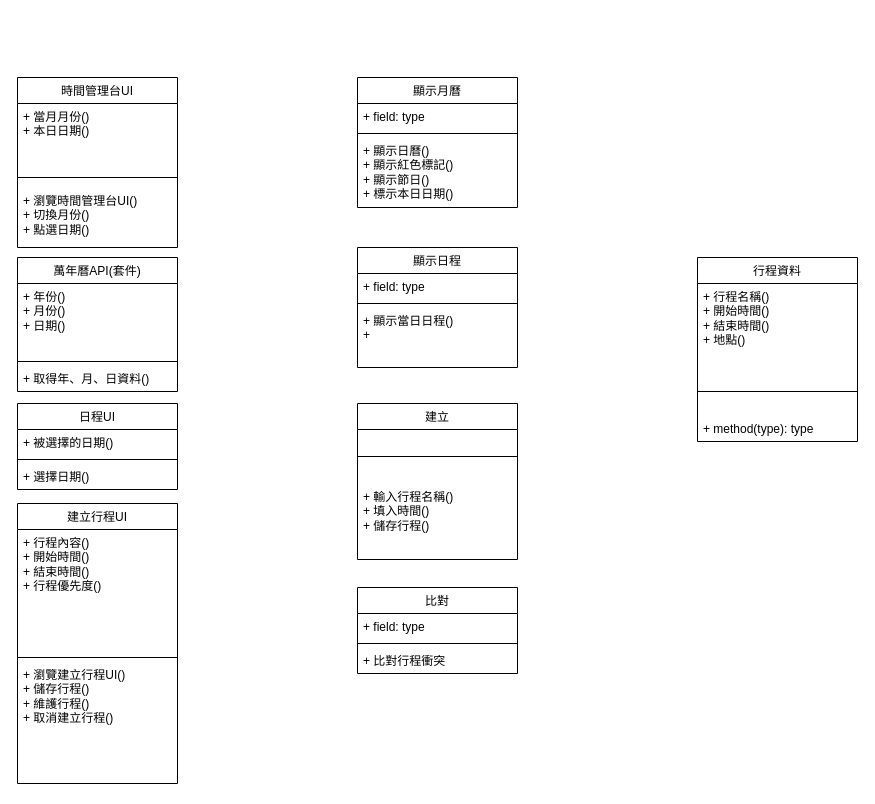
Above: 類別圖.drawio in Kevincheng0804/Graduation-Topic (draw.io), before the change. Source tidied: cells renumbered, new cells numbered last; positions are measured from the earlier drawing's top-left corner, leaving out a move shared by most shapes. Both pictures are drawn from the tidied source at 100%, with x=0, y=0 at pixel (17, 77).
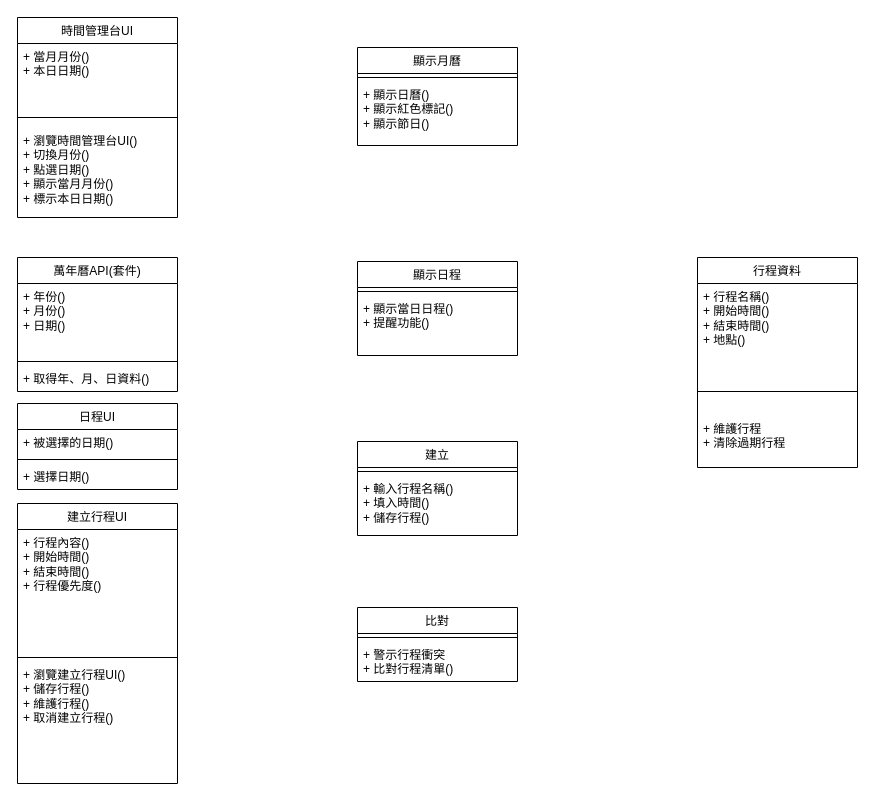
The same diagram, later.

Commit message:
更新類別圖.drawio

Change to the diagram source:
```diff
@@
     <mxCell id="2" value="&lt;span style=&quot;font-weight: 400;&quot;&gt;時間管理台&lt;/span&gt;&lt;span style=&quot;font-weight: 400;&quot;&gt;UI&lt;/span&gt;" style="swimlane;fontStyle=1;align=center;verticalAlign=top;horizontal=1;startSize=26;whiteSpace=wrap;html=1;" parent="1" vertex="1">
-      <mxGeometry width="160" height="170" as="geometry" />
+      <mxGeometry y="-60" width="160" height="200" as="geometry" />
     </mxCell>
-    <mxCell id="3" value="+ 當月月份()&lt;div&gt;+ 本日日期()&lt;/div&gt;&lt;div&gt;&lt;br&gt;&lt;/div&gt;" style="text;strokeColor=none;fillColor=none;align=left;verticalAlign=top;spacingLeft=4;spacingRight=4;overflow=hidden;whiteSpace=wrap;html=1;" parent="2" vertex="1">
+    <mxCell id="3" value="+ 當月月份()&lt;div&gt;+ 本日日期()&lt;/div&gt;&lt;div&gt;&amp;nbsp;&lt;/div&gt;" style="text;strokeColor=none;fillColor=none;align=left;verticalAlign=top;spacingLeft=4;spacingRight=4;overflow=hidden;whiteSpace=wrap;html=1;" parent="2" vertex="1">
       <mxGeometry y="26" width="160" height="64" as="geometry" />
     </mxCell>
@@
-    <mxCell id="5" value="&lt;div&gt;+ 瀏覽時間管理台UI()&lt;/div&gt;+ 切換月份()&lt;div&gt;+ 點選日期()&lt;/div&gt;" style="text;strokeColor=none;fillColor=none;align=left;verticalAlign=top;spacingLeft=4;spacingRight=4;overflow=hidden;whiteSpace=wrap;html=1;" parent="2" vertex="1">
-      <mxGeometry y="110" width="160" height="60" as="geometry" />
+    <mxCell id="5" value="&lt;div&gt;+ 瀏覽時間管理台UI()&lt;/div&gt;+ 切換月份()&lt;div&gt;+ 點選日期()&lt;/div&gt;&lt;div&gt;&lt;span style=&quot;background-color: transparent; color: light-dark(rgb(0, 0, 0), rgb(255, 255, 255));&quot;&gt;+ 顯示當月月份()&lt;/span&gt;&lt;/div&gt;&lt;div&gt;+ 標示本日日期()&lt;/div&gt;" style="text;strokeColor=none;fillColor=none;align=left;verticalAlign=top;spacingLeft=4;spacingRight=4;overflow=hidden;whiteSpace=wrap;html=1;" parent="2" vertex="1">
+      <mxGeometry y="110" width="160" height="90" as="geometry" />
     </mxCell>
@@
     <mxCell id="18" value="&lt;span style=&quot;font-weight: 400;&quot;&gt;顯示月曆&lt;/span&gt;" style="swimlane;fontStyle=1;align=center;verticalAlign=top;horizontal=1;startSize=26;whiteSpace=wrap;html=1;" parent="1" vertex="1">
-      <mxGeometry x="340" width="160" height="130" as="geometry" />
+      <mxGeometry x="340" y="-30" width="160" height="98" as="geometry" />
     </mxCell>
-    <mxCell id="19" value="+ field: type" style="text;strokeColor=none;fillColor=none;align=left;verticalAlign=top;spacingLeft=4;spacingRight=4;overflow=hidden;whiteSpace=wrap;html=1;" parent="18" vertex="1">
-      <mxGeometry y="26" width="160" height="26" as="geometry" />
-    </mxCell>
     <mxCell id="20" style="line;strokeWidth=1;fillColor=none;align=left;verticalAlign=middle;spacingTop=-1;spacingLeft=3;spacingRight=3;labelPosition=right;strokeColor=inherit;" parent="18" vertex="1">
-      <mxGeometry y="52" width="160" height="8" as="geometry" />
+      <mxGeometry y="26" width="160" height="8" as="geometry" />
     </mxCell>
-    <mxCell id="21" value="+ 顯示日曆()&lt;div&gt;+ 顯示紅色標記()&lt;/div&gt;&lt;div&gt;+ 顯示節日()&lt;/div&gt;&lt;div&gt;+ 標示本日日期()&lt;/div&gt;" style="text;strokeColor=none;fillColor=none;align=left;verticalAlign=top;spacingLeft=4;spacingRight=4;overflow=hidden;whiteSpace=wrap;html=1;" parent="18" vertex="1">
-      <mxGeometry y="60" width="160" height="70" as="geometry" />
+    <mxCell id="21" value="+ 顯示日曆()&lt;div&gt;+ 顯示紅色標記()&lt;/div&gt;&lt;div&gt;+ 顯示節日()&lt;/div&gt;&lt;div&gt;&lt;br&gt;&lt;/div&gt;" style="text;strokeColor=none;fillColor=none;align=left;verticalAlign=top;spacingLeft=4;spacingRight=4;overflow=hidden;whiteSpace=wrap;html=1;" parent="18" vertex="1">
+      <mxGeometry y="34" width="160" height="64" as="geometry" />
     </mxCell>
     <mxCell id="22" value="&lt;span style=&quot;font-weight: 400;&quot;&gt;顯示日程&lt;/span&gt;" style="swimlane;fontStyle=1;align=center;verticalAlign=top;horizontal=1;startSize=26;whiteSpace=wrap;html=1;" parent="1" vertex="1">
-      <mxGeometry x="340" y="170" width="160" height="120" as="geometry" />
+      <mxGeometry x="340" y="184" width="160" height="94" as="geometry" />
     </mxCell>
-    <mxCell id="23" value="+ field: type" style="text;strokeColor=none;fillColor=none;align=left;verticalAlign=top;spacingLeft=4;spacingRight=4;overflow=hidden;whiteSpace=wrap;html=1;" parent="22" vertex="1">
-      <mxGeometry y="26" width="160" height="26" as="geometry" />
-    </mxCell>
     <mxCell id="24" style="line;strokeWidth=1;fillColor=none;align=left;verticalAlign=middle;spacingTop=-1;spacingLeft=3;spacingRight=3;labelPosition=right;strokeColor=inherit;" parent="22" vertex="1">
-      <mxGeometry y="52" width="160" height="8" as="geometry" />
+      <mxGeometry y="26" width="160" height="8" as="geometry" />
     </mxCell>
-    <mxCell id="25" value="&lt;div&gt;+ 顯示當日日程()&lt;/div&gt;&lt;div&gt;+&amp;nbsp;&lt;br&gt;&lt;div&gt;&lt;br&gt;&lt;/div&gt;&lt;/div&gt;" style="text;strokeColor=none;fillColor=none;align=left;verticalAlign=top;spacingLeft=4;spacingRight=4;overflow=hidden;whiteSpace=wrap;html=1;" parent="22" vertex="1">
-      <mxGeometry y="60" width="160" height="60" as="geometry" />
+    <mxCell id="25" value="&lt;div&gt;+ 顯示當日日程()&lt;/div&gt;&lt;div&gt;+ 提醒功能()&lt;br&gt;&lt;div&gt;&lt;br&gt;&lt;/div&gt;&lt;/div&gt;" style="text;strokeColor=none;fillColor=none;align=left;verticalAlign=top;spacingLeft=4;spacingRight=4;overflow=hidden;whiteSpace=wrap;html=1;" parent="22" vertex="1">
+      <mxGeometry y="34" width="160" height="60" as="geometry" />
     </mxCell>
-    <mxCell id="26" value="&lt;span style=&quot;font-weight: 400;&quot;&gt;建立&lt;/span&gt;" style="swimlane;fontStyle=1;align=center;verticalAlign=top;horizontal=1;startSize=26;whiteSpace=wrap;html=1;" parent="1" vertex="1">
-      <mxGeometry x="340" y="326" width="160" height="156" as="geometry" />
-    </mxCell>
-    <mxCell id="27" style="line;strokeWidth=1;fillColor=none;align=left;verticalAlign=middle;spacingTop=-1;spacingLeft=3;spacingRight=3;labelPosition=right;strokeColor=inherit;" parent="26" vertex="1">
-      <mxGeometry y="26" width="160" height="54" as="geometry" />
-    </mxCell>
-    <mxCell id="28" value="+&amp;nbsp;輸入行程名稱()&lt;div&gt;+ 填入時間()&lt;/div&gt;&lt;div&gt;+&amp;nbsp;儲存行程()&lt;/div&gt;" style="text;strokeColor=none;fillColor=none;align=left;verticalAlign=top;spacingLeft=4;spacingRight=4;overflow=hidden;whiteSpace=wrap;html=1;" parent="26" vertex="1">
-      <mxGeometry y="80" width="160" height="76" as="geometry" />
-    </mxCell>
     <mxCell id="29" value="&lt;span style=&quot;font-weight: 400;&quot;&gt;比對&lt;/span&gt;" style="swimlane;fontStyle=1;align=center;verticalAlign=top;horizontal=1;startSize=26;whiteSpace=wrap;html=1;" parent="1" vertex="1">
-      <mxGeometry x="340" y="510" width="160" height="86" as="geometry" />
+      <mxGeometry x="340" y="530" width="160" height="74" as="geometry" />
     </mxCell>
-    <mxCell id="30" value="+ field: type" style="text;strokeColor=none;fillColor=none;align=left;verticalAlign=top;spacingLeft=4;spacingRight=4;overflow=hidden;whiteSpace=wrap;html=1;" parent="29" vertex="1">
-      <mxGeometry y="26" width="160" height="26" as="geometry" />
-    </mxCell>
     <mxCell id="31" style="line;strokeWidth=1;fillColor=none;align=left;verticalAlign=middle;spacingTop=-1;spacingLeft=3;spacingRight=3;labelPosition=right;strokeColor=inherit;" parent="29" vertex="1">
-      <mxGeometry y="52" width="160" height="8" as="geometry" />
+      <mxGeometry y="26" width="160" height="8" as="geometry" />
     </mxCell>
-    <mxCell id="32" value="+ 比對行程衝突" style="text;strokeColor=none;fillColor=none;align=left;verticalAlign=top;spacingLeft=4;spacingRight=4;overflow=hidden;whiteSpace=wrap;html=1;" parent="29" vertex="1">
-      <mxGeometry y="60" width="160" height="26" as="geometry" />
+    <mxCell id="32" value="+ 警示行程衝突&lt;div&gt;+ 比對&lt;span style=&quot;background-color: transparent; color: light-dark(rgb(0, 0, 0), rgb(255, 255, 255));&quot;&gt;行程清單()&lt;/span&gt;&lt;/div&gt;&lt;div&gt;&lt;br&gt;&lt;/div&gt;" style="text;strokeColor=none;fillColor=none;align=left;verticalAlign=top;spacingLeft=4;spacingRight=4;overflow=hidden;whiteSpace=wrap;html=1;" parent="29" vertex="1">
+      <mxGeometry y="34" width="160" height="40" as="geometry" />
     </mxCell>
     <mxCell id="33" value="&lt;span style=&quot;font-weight: 400;&quot;&gt;行程資料&lt;/span&gt;" style="swimlane;fontStyle=1;align=center;verticalAlign=top;horizontal=1;startSize=26;whiteSpace=wrap;html=1;" parent="1" vertex="1">
-      <mxGeometry x="680" y="180" width="160" height="184" as="geometry" />
+      <mxGeometry x="680" y="180" width="160" height="210" as="geometry" />
     </mxCell>
@@
-    <mxCell id="36" value="+ method(type): type" style="text;strokeColor=none;fillColor=none;align=left;verticalAlign=top;spacingLeft=4;spacingRight=4;overflow=hidden;whiteSpace=wrap;html=1;" parent="33" vertex="1">
-      <mxGeometry y="158" width="160" height="26" as="geometry" />
+    <mxCell id="36" value="+ 維護行程&lt;div&gt;+ 清除過期行程&lt;/div&gt;" style="text;strokeColor=none;fillColor=none;align=left;verticalAlign=top;spacingLeft=4;spacingRight=4;overflow=hidden;whiteSpace=wrap;html=1;" parent="33" vertex="1">
+      <mxGeometry y="158" width="160" height="52" as="geometry" />
     </mxCell>
+    <mxCell id="26" value="&lt;span style=&quot;font-weight: 400;&quot;&gt;建立&lt;/span&gt;" style="swimlane;fontStyle=1;align=center;verticalAlign=top;horizontal=1;startSize=26;whiteSpace=wrap;html=1;" parent="1" vertex="1">
+      <mxGeometry x="340" y="364" width="160" height="94" as="geometry" />
+    </mxCell>
+    <mxCell id="37" style="line;strokeWidth=1;fillColor=none;align=left;verticalAlign=middle;spacingTop=-1;spacingLeft=3;spacingRight=3;labelPosition=right;strokeColor=inherit;" parent="26" vertex="1">
+      <mxGeometry y="26" width="160" height="8" as="geometry" />
+    </mxCell>
+    <mxCell id="28" value="&lt;div&gt;+&amp;nbsp;輸入行程名稱()&lt;div&gt;+ 填入時間()&lt;/div&gt;&lt;div&gt;+&amp;nbsp;儲存行程()&lt;/div&gt;&lt;/div&gt;" style="text;strokeColor=none;fillColor=none;align=left;verticalAlign=top;spacingLeft=4;spacingRight=4;overflow=hidden;whiteSpace=wrap;html=1;" parent="26" vertex="1">
+      <mxGeometry y="34" width="160" height="60" as="geometry" />
+    </mxCell>
```
